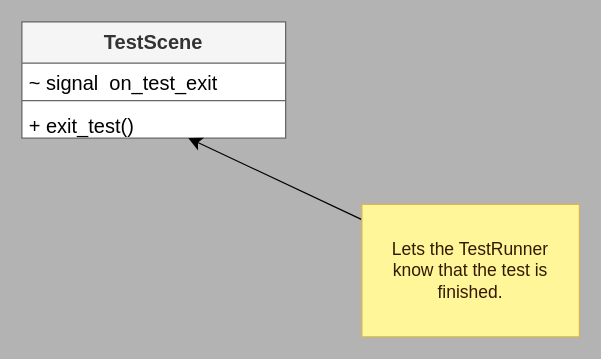
Earlier version of the draw.io diagram page "Class Diagram" (1 of 2) of Plugin UML Diagrams.drawio (accmltr/simple-testing-godot). Source tidied: cells renumbered, new cells numbered last; positions are measured from the earlier drawing's top-left corner, leaving out a move shared by most shapes. Both pictures are drawn from the tidied source at 125%, with x=0, y=0 at pixel (21, 21).
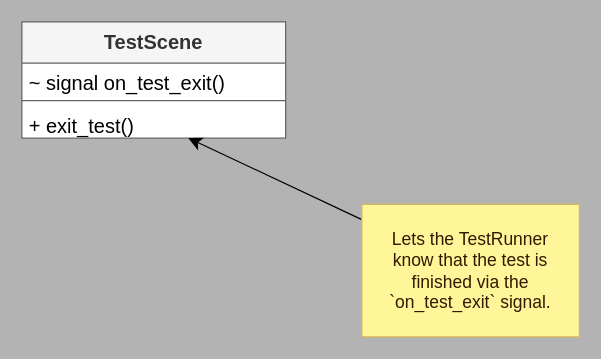
Above is the later version.

What changed in the source:
```diff
@@
 <mxGraphModel background="#B3B3B3">
   <root>
     <mxCell id="0" />
     <mxCell id="1" parent="0" />
     <mxCell id="2" value="TestScene" style="swimlane;fontStyle=1;align=center;verticalAlign=top;horizontal=1;startSize=33;whiteSpace=wrap;html=1;fontSize=16;fillColor=#f5f5f5;fontColor=#333333;strokeColor=#666666;swimlaneFillColor=default;" parent="1" vertex="1">
       <mxGeometry width="211" height="93" as="geometry" />
     </mxCell>
-    <mxCell id="3" value="~ signal&amp;nbsp; on_test_exit" style="text;strokeColor=none;fillColor=none;align=left;verticalAlign=top;spacingLeft=4;spacingRight=4;overflow=hidden;whiteSpace=wrap;html=1;fontSize=16;" parent="2" vertex="1">
+    <mxCell id="3" value="~ signal on_test_exit()" style="text;strokeColor=none;fillColor=none;align=left;verticalAlign=top;spacingLeft=4;spacingRight=4;overflow=hidden;whiteSpace=wrap;html=1;fontSize=16;" parent="2" vertex="1">
       <mxGeometry y="33" width="211" height="26" as="geometry" />
     </mxCell>
     <mxCell id="4" style="line;strokeWidth=1;fillColor=none;align=left;verticalAlign=middle;spacingTop=-1;spacingLeft=3;spacingRight=3;labelPosition=right;strokeColor=inherit;fontSize=16;" parent="2" vertex="1">
       <mxGeometry y="59" width="211" height="8" as="geometry" />
     </mxCell>
     <mxCell id="5" value="+ exit_test()" style="text;strokeColor=none;fillColor=none;align=left;verticalAlign=top;spacingLeft=4;spacingRight=4;overflow=hidden;points=[[0,0.5],[1,0.5]];portConstraint=eastwest;whiteSpace=wrap;html=1;fontSize=16;" parent="2" vertex="1">
       <mxGeometry y="67" width="211" height="26" as="geometry" />
     </mxCell>
     <mxCell id="6" style="edgeStyle=none;curved=1;rounded=0;jettySize=auto;html=1;fontSize=12;startSize=8;endSize=8;" parent="1" edge="1" source="7" target="5">
       <mxGeometry relative="1" as="geometry" />
     </mxCell>
-    <mxCell id="7" value="Lets the TestRunner know that the test is finished." style="whiteSpace=wrap;html=1;fontSize=14;fillColor=#FFF599;strokeColor=#d6b656;spacingLeft=10;spacingBottom=10;spacingRight=10;spacingTop=10;fontColor=#331A00;" parent="1" vertex="1">
+    <mxCell id="7" value="Lets the TestRunner know that the test is finished via the `on_test_exit` signal." style="whiteSpace=wrap;html=1;fontSize=14;fillColor=#FFF599;strokeColor=#d6b656;spacingLeft=10;spacingBottom=10;spacingRight=10;spacingTop=10;fontColor=#331A00;" parent="1" vertex="1">
       <mxGeometry x="272" y="146" width="174" height="106" as="geometry" />
     </mxCell>
   </root>
 </mxGraphModel>
```
